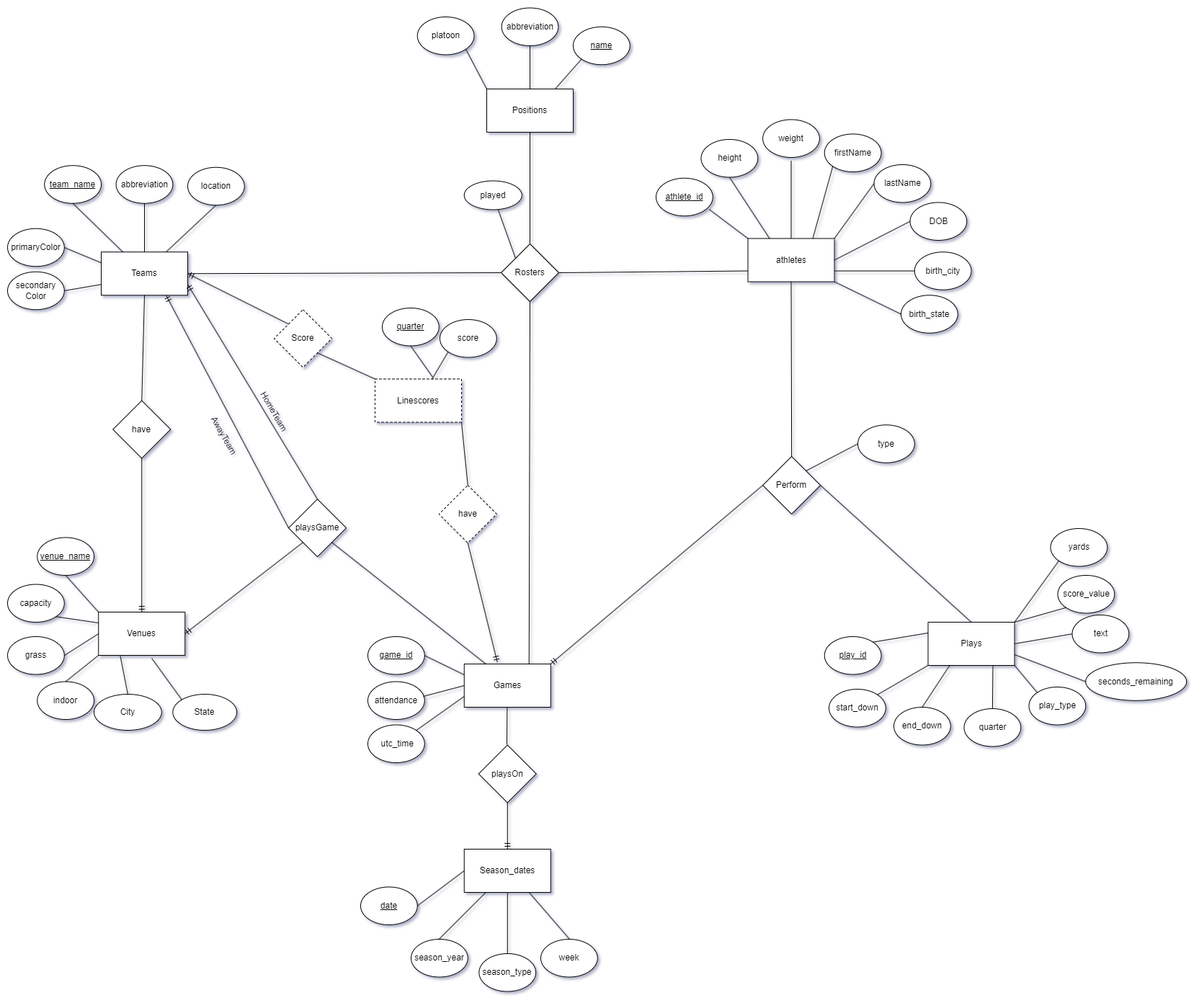
Earlier version of the draw.io export docs/ER Diagram.png (JamesChapmanNV/NFL_Database_App). Source tidied: cells renumbered, new cells last; positions are measured from the earlier drawing's top-left corner, leaving out a move shared by most shapes.
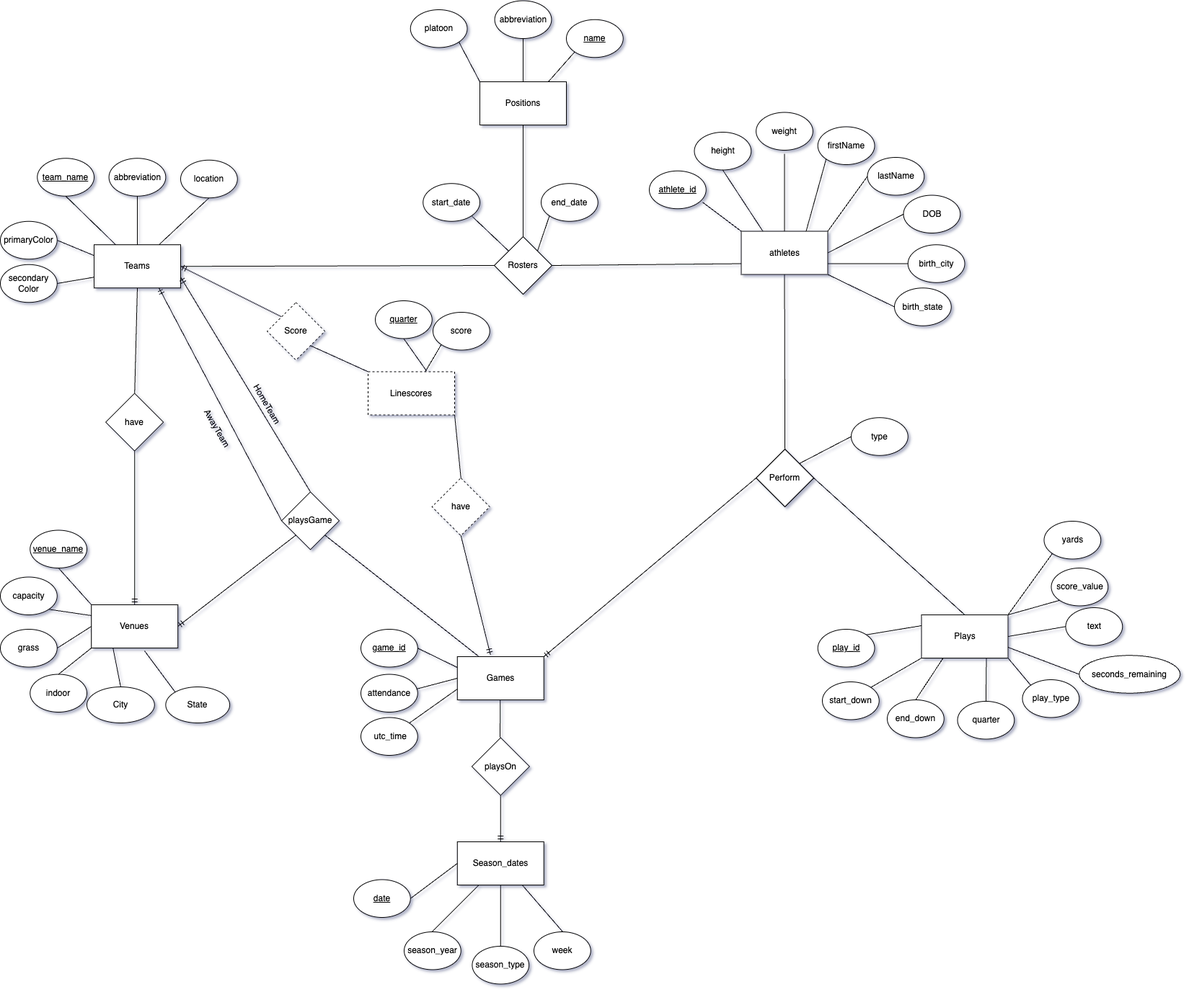
The same file after the commit.

Commit message:
Updated ER diagram for rosters

Diff of the diagram source:
```diff
@@ -150,9 +150,6 @@
     <mxCell id="49" value="playsGame" style="rhombus;whiteSpace=wrap;html=1;" parent="1" vertex="1">
       <mxGeometry x="390" y="681.2" width="80" height="80" as="geometry" />
     </mxCell>
-    <mxCell id="50" style="endArrow=none;html=1;rounded=0;entryX=0.75;entryY=0;entryDx=0;entryDy=0;exitX=0.5;exitY=1;exitDx=0;exitDy=0;" parent="1" edge="1" source="26" target="40">
-      <mxGeometry relative="1" as="geometry" />
-    </mxCell>
     <mxCell id="51" style="endArrow=none;html=1;rounded=0;exitX=1;exitY=0.5;exitDx=0;exitDy=0;entryX=0;entryY=1;entryDx=0;entryDy=0;startArrow=ERmandOne;startFill=0;" parent="1" edge="1" source="29" target="49">
       <mxGeometry relative="1" as="geometry" />
     </mxCell>
@@ -168,12 +165,6 @@
     <mxCell id="55" value="AwayTeam" style="text;html=1;align=center;verticalAlign=middle;strokeColor=none;fillColor=none;rotation=60;" parent="1" vertex="1">
       <mxGeometry x="260" y="578.2" width="80" height="30" as="geometry" />
     </mxCell>
-    <mxCell id="56" style="endArrow=none;html=1;rounded=0;exitX=0;exitY=0;exitDx=0;exitDy=0;" parent="1" edge="1" source="26" target="57">
-      <mxGeometry relative="1" as="geometry" />
-    </mxCell>
-    <mxCell id="57" value="played" style="ellipse;whiteSpace=wrap;html=1;" parent="1" vertex="1">
-      <mxGeometry x="633.8" y="239.5" width="80" height="40" as="geometry" />
-    </mxCell>
     <mxCell id="58" style="endArrow=none;html=1;rounded=0;entryX=0.25;entryY=0;entryDx=0;entryDy=0;exitX=1;exitY=1;exitDx=0;exitDy=0;" parent="1" edge="1" source="49" target="40">
       <mxGeometry relative="1" as="geometry" />
     </mxCell>
@@ -384,5 +375,17 @@
     <mxCell id="122" style="endArrow=none;html=1;rounded=0;entryX=0;entryY=0.5;entryDx=0;entryDy=0;startArrow=ERmandOne;startFill=0;exitX=1;exitY=0;exitDx=0;exitDy=0;" parent="1" edge="1" source="40" target="87">
       <mxGeometry relative="1" as="geometry" />
     </mxCell>
+    <mxCell id="123" value="start_date" style="ellipse;whiteSpace=wrap;html=1;" parent="1" vertex="1">
+      <mxGeometry x="586.2" y="253.2" width="78.8" height="52.5" as="geometry" />
+    </mxCell>
+    <mxCell id="124" value="end_date" style="ellipse;whiteSpace=wrap;html=1;" parent="1" vertex="1">
+      <mxGeometry x="750" y="253.2" width="78.8" height="52.5" as="geometry" />
+    </mxCell>
+    <mxCell id="125" style="endArrow=none;html=1;rounded=0;entryX=1;entryY=1;entryDx=0;entryDy=0;exitX=0;exitY=0;exitDx=0;exitDy=0;" parent="1" edge="1" source="26" target="123">
+      <mxGeometry relative="1" as="geometry" />
+    </mxCell>
+    <mxCell id="126" style="endArrow=none;html=1;rounded=0;entryX=0;entryY=1;entryDx=0;entryDy=0;exitX=1;exitY=0;exitDx=0;exitDy=0;" parent="1" edge="1" source="26" target="124">
+      <mxGeometry relative="1" as="geometry" />
+    </mxCell>
   </root>
 </mxGraphModel>
```
